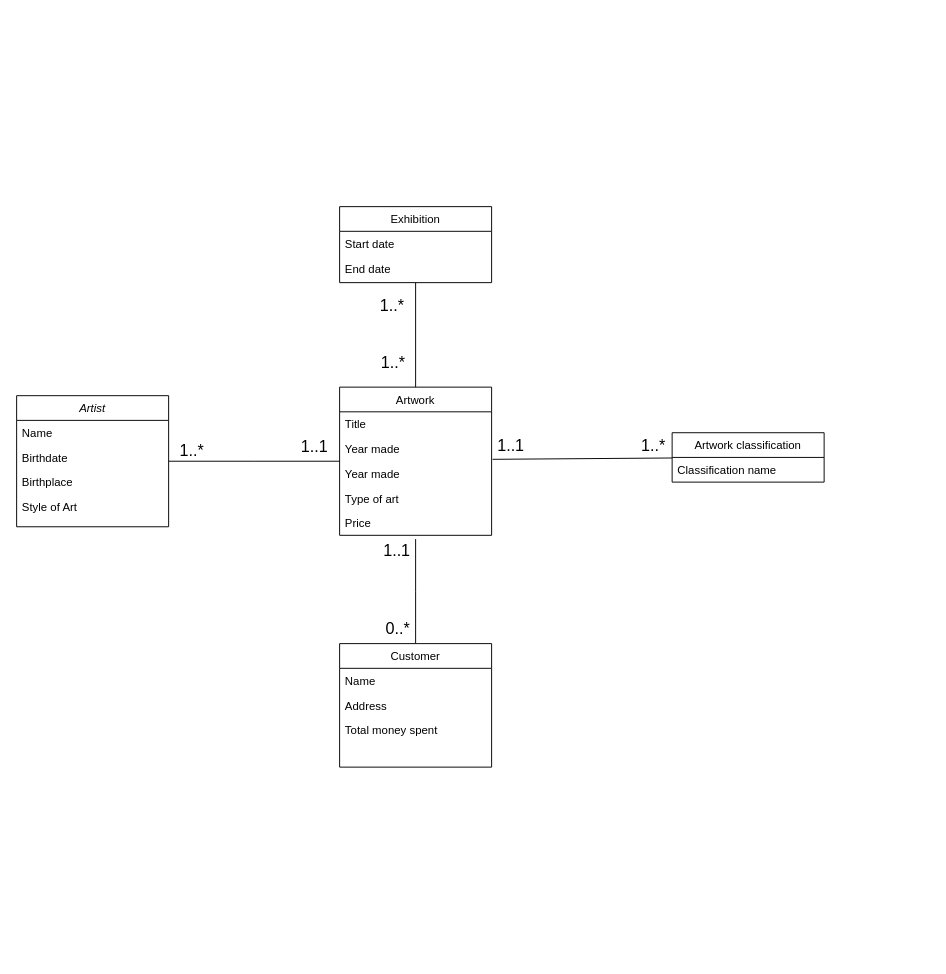
The draw.io diagram ArtGallery.drawio in brito-bernardo/database-modeling, before the edit. Source tidied: cells renumbered, new cells numbered last; positions are measured from the earlier drawing's top-left corner, leaving out a move shared by most shapes. Both pictures are drawn from the tidied source at 95%, with x=0, y=0 at pixel (16, 206).
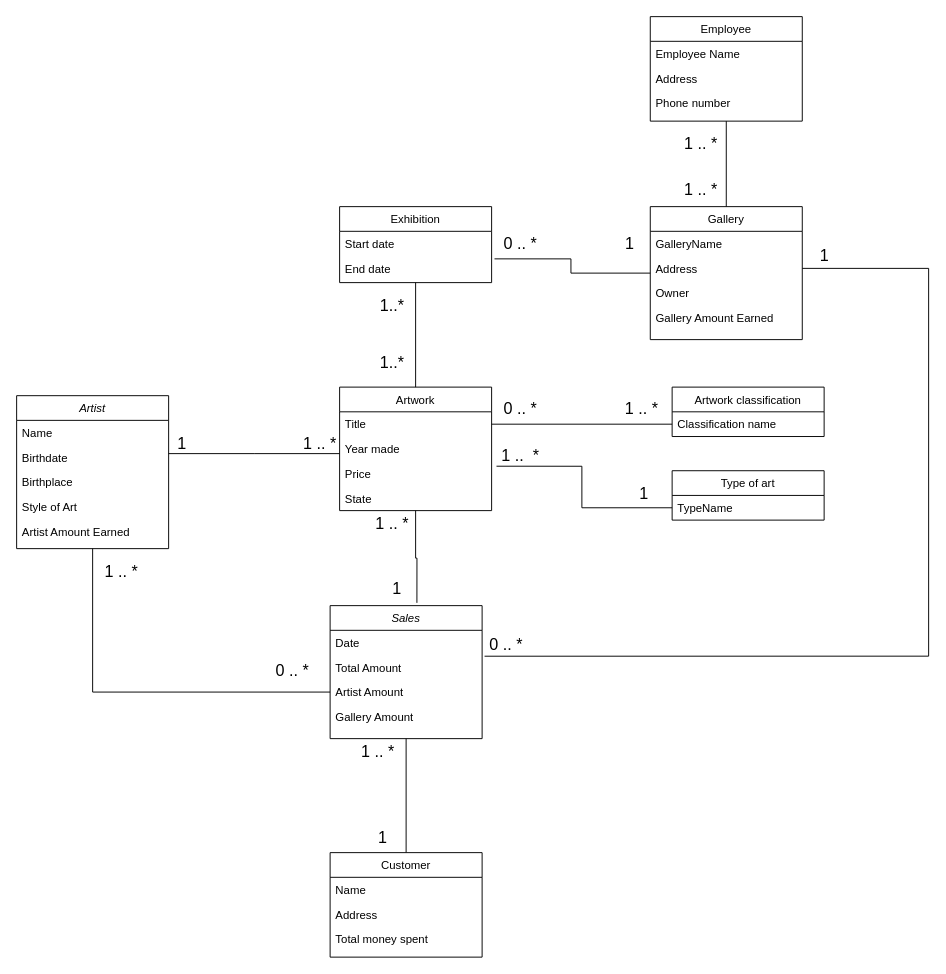
After the change.

Unchanged cells that the change refers to:
```xml
<mxCell id="8" value="Classification name" style="text;align=left;verticalAlign=top;spacingLeft=4;spacingRight=4;overflow=hidden;points=[[0,0.5],[1,0.5]];portConstraint=eastwest;" parent="7" vertex="1">
  <mxGeometry y="26" width="160" height="26" as="geometry" />
</mxCell>
<mxCell id="15" value="Title" style="text;align=left;verticalAlign=top;spacingLeft=4;spacingRight=4;overflow=hidden;points=[[0,0.5],[1,0.5]];portConstraint=eastwest;" parent="14" vertex="1">
  <mxGeometry y="26" width="160" height="26" as="geometry" />
</mxCell>
<mxCell id="20" style="endArrow=none;shadow=0;strokeWidth=1;rounded=0;endFill=0;edgeStyle=elbowEdgeStyle;elbow=vertical;" parent="1" edge="1" source="2" target="14">
  <mxGeometry x="0.5" y="41" relative="1" as="geometry">
    <mxPoint x="-40" y="32" as="offset" />
  </mxGeometry>
</mxCell>
<mxCell id="29" value="End date" style="text;align=left;verticalAlign=top;spacingLeft=4;spacingRight=4;overflow=hidden;points=[[0,0.5],[1,0.5]];portConstraint=eastwest;" parent="27" vertex="1">
  <mxGeometry y="52" width="160" height="26" as="geometry" />
</mxCell>
```

What changed in the source:
```diff
@@
+    <mxCell id="34" style="edgeStyle=orthogonalEdgeStyle;rounded=0;jettySize=auto;html=1;entryX=0;entryY=0.5;entryDx=0;entryDy=0;endArrow=none;endFill=0;" parent="1" edge="1" source="2" target="54">
+      <mxGeometry relative="1" as="geometry" />
+    </mxCell>
     <mxCell id="2" value="Artist" style="swimlane;fontStyle=2;align=center;verticalAlign=top;horizontal=1;startSize=26;rounded=0;shadow=0;strokeWidth=1;" parent="1" vertex="1">
-      <mxGeometry y="199" width="160" height="138" as="geometry" />
+      <mxGeometry y="199" width="160" height="161" as="geometry" />
     </mxCell>
@@
+    <mxCell id="35" value="Artist Amount Earned" style="text;align=left;verticalAlign=top;spacingLeft=4;spacingRight=4;overflow=hidden;rounded=0;shadow=0;html=0;" parent="2" vertex="1">
+      <mxGeometry y="130" width="160" height="26" as="geometry" />
+    </mxCell>
     <mxCell id="7" value="Artwork classification" style="swimlane;fontStyle=0;align=center;verticalAlign=top;horizontal=1;startSize=26;rounded=0;shadow=0;strokeWidth=1;" parent="1" vertex="1">
-      <mxGeometry x="690" y="238" width="160" height="52" as="geometry" />
+      <mxGeometry x="690" y="190" width="160" height="52" as="geometry" />
     </mxCell>
@@
-    <mxCell id="9" style="edgeStyle=orthogonalEdgeStyle;rounded=0;jettySize=auto;html=1;endArrow=none;endFill=0;" parent="1" edge="1" source="10">
-      <mxGeometry relative="1" as="geometry">
-        <mxPoint x="420" y="350" as="targetPoint" />
-      </mxGeometry>
-    </mxCell>
+    <mxCell id="36" style="edgeStyle=orthogonalEdgeStyle;rounded=0;jettySize=auto;html=1;entryX=0.5;entryY=1;entryDx=0;entryDy=0;endArrow=none;endFill=0;" parent="1" edge="1" source="10" target="51">
+      <mxGeometry relative="1" as="geometry" />
+    </mxCell>
     <mxCell id="10" value="Customer" style="swimlane;fontStyle=0;align=center;verticalAlign=top;horizontal=1;startSize=26;rounded=0;shadow=0;strokeWidth=1;" parent="1" vertex="1">
-      <mxGeometry x="340" y="460" width="160" height="130" as="geometry" />
+      <mxGeometry x="330" y="680" width="160" height="110" as="geometry" />
     </mxCell>
@@
     <mxCell id="14" value="Artwork" style="swimlane;fontStyle=0;align=center;verticalAlign=top;horizontal=1;startSize=26;rounded=0;shadow=0;strokeWidth=1;" parent="1" vertex="1">
-      <mxGeometry x="340" y="190" width="160" height="156" as="geometry" />
+      <mxGeometry x="340" y="190" width="160" height="130" as="geometry" />
     </mxCell>
@@
-    <mxCell id="17" value="Year made" style="text;align=left;verticalAlign=top;spacingLeft=4;spacingRight=4;overflow=hidden;points=[[0,0.5],[1,0.5]];portConstraint=eastwest;rounded=0;shadow=0;html=0;" parent="14" vertex="1">
-      <mxGeometry y="78" width="160" height="26" as="geometry" />
-    </mxCell>
-    <mxCell id="18" value="Type of art" style="text;align=left;verticalAlign=top;spacingLeft=4;spacingRight=4;overflow=hidden;rounded=0;shadow=0;html=0;" parent="14" vertex="1">
-      <mxGeometry y="104" width="160" height="26" as="geometry" />
-    </mxCell>
     <mxCell id="19" value="Price" style="text;align=left;verticalAlign=top;spacingLeft=4;spacingRight=4;overflow=hidden;points=[[0,0.5],[1,0.5]];portConstraint=eastwest;rounded=0;shadow=0;html=0;" parent="14" vertex="1">
-      <mxGeometry y="130" width="160" height="26" as="geometry" />
+      <mxGeometry y="78" width="160" height="26" as="geometry" />
     </mxCell>
+    <mxCell id="37" value="State" style="text;align=left;verticalAlign=top;spacingLeft=4;spacingRight=4;overflow=hidden;rounded=0;shadow=0;html=0;" parent="14" vertex="1">
+      <mxGeometry y="104" width="160" height="26" as="geometry" />
+    </mxCell>
@@
-    <mxCell id="21" value="1..*" style="align=left;verticalAlign=bottom;labelBackgroundColor=none;fontSize=17;" parent="20" vertex="1">
+    <mxCell id="21" value="1 .. *" style="align=left;verticalAlign=bottom;labelBackgroundColor=none;fontSize=17;" parent="20" vertex="1">
       <mxGeometry x="-1" relative="1" as="geometry">
-        <mxPoint x="10" y="-1" as="offset" />
+        <mxPoint x="140" as="offset" />
       </mxGeometry>
     </mxCell>
-    <mxCell id="22" value="1..1" style="align=right;verticalAlign=bottom;labelBackgroundColor=none;fontSize=17;" parent="20" vertex="1">
+    <mxCell id="22" value="1" style="align=right;verticalAlign=bottom;labelBackgroundColor=none;fontSize=17;" parent="20" vertex="1">
       <mxGeometry x="1" relative="1" as="geometry">
-        <mxPoint x="-11" y="-5" as="offset" />
+        <mxPoint x="-160" as="offset" />
       </mxGeometry>
     </mxCell>
-    <mxCell id="23" style="rounded=0;jettySize=auto;entryX=1.006;entryY=-0.077;entryDx=0;entryDy=0;entryPerimeter=0;endArrow=none;endFill=0;" parent="1" edge="1" target="17">
-      <mxGeometry relative="1" as="geometry">
-        <mxPoint x="690" y="264.6" as="sourcePoint" />
-      </mxGeometry>
-    </mxCell>
-    <mxCell id="24" value="1..1" style="text;html=1;align=center;verticalAlign=middle;strokeColor=none;fillColor=none;spacingTop=0;fontSize=17;" parent="1" vertex="1">
-      <mxGeometry x="495" y="238" width="50" height="30" as="geometry" />
+    <mxCell id="24" value="1 .. *&amp;nbsp;" style="text;html=1;align=center;verticalAlign=middle;strokeColor=none;fillColor=none;spacingTop=0;fontSize=17;" parent="1" vertex="1">
+      <mxGeometry x="630" y="199" width="60" height="30" as="geometry" />
     </mxCell>
-    <mxCell id="25" value="1..*" style="text;html=1;align=center;verticalAlign=middle;strokeColor=none;fillColor=none;fontSize=17;" parent="1" vertex="1">
-      <mxGeometry x="645" y="238" width="50" height="30" as="geometry" />
+    <mxCell id="25" value="0 .. *" style="text;html=1;align=center;verticalAlign=middle;strokeColor=none;fillColor=none;fontSize=17;" parent="1" vertex="1">
+      <mxGeometry x="500" y="199" width="60" height="30" as="geometry" />
     </mxCell>
@@
     <mxCell id="31" value="1..*" style="text;html=1;align=center;verticalAlign=middle;strokeColor=none;fillColor=none;fontSize=17;" parent="1" vertex="1">
-      <mxGeometry x="371" y="150" width="50" height="30" as="geometry" />
+      <mxGeometry x="370" y="150" width="50" height="30" as="geometry" />
     </mxCell>
-    <mxCell id="32" value="0..*" style="text;html=1;align=center;verticalAlign=middle;strokeColor=none;fillColor=none;fontSize=17;" parent="1" vertex="1">
-      <mxGeometry x="376" y="430" width="50" height="30" as="geometry" />
-    </mxCell>
-    <mxCell id="33" value="1..1" style="text;html=1;align=center;verticalAlign=middle;strokeColor=none;fillColor=none;fontSize=17;" parent="1" vertex="1">
-      <mxGeometry x="375" y="348" width="50" height="30" as="geometry" />
-    </mxCell>
+    <mxCell id="38" value="Gallery" style="swimlane;fontStyle=0;align=center;verticalAlign=top;horizontal=1;startSize=26;rounded=0;shadow=0;strokeWidth=1;" parent="1" vertex="1">
+      <mxGeometry x="667" width="160" height="140" as="geometry" />
+    </mxCell>
+    <mxCell id="39" value="GalleryName" style="text;align=left;verticalAlign=top;spacingLeft=4;spacingRight=4;overflow=hidden;" parent="38" vertex="1">
+      <mxGeometry y="26" width="160" height="26" as="geometry" />
+    </mxCell>
+    <mxCell id="40" value="Address" style="text;align=left;verticalAlign=top;spacingLeft=4;spacingRight=4;overflow=hidden;points=[[0,0.5],[1,0.5]];portConstraint=eastwest;rounded=0;shadow=0;html=0;" parent="38" vertex="1">
+      <mxGeometry y="52" width="160" height="26" as="geometry" />
+    </mxCell>
+    <mxCell id="41" value="Owner " style="text;align=left;verticalAlign=top;spacingLeft=4;spacingRight=4;overflow=hidden;rounded=0;shadow=0;html=0;" parent="38" vertex="1">
+      <mxGeometry y="78" width="160" height="26" as="geometry" />
+    </mxCell>
+    <mxCell id="42" value="Gallery Amount Earned" style="text;align=left;verticalAlign=top;spacingLeft=4;spacingRight=4;overflow=hidden;rounded=0;shadow=0;html=0;" parent="38" vertex="1">
+      <mxGeometry y="104" width="160" height="26" as="geometry" />
+    </mxCell>
+    <mxCell id="43" style="edgeStyle=orthogonalEdgeStyle;rounded=0;jettySize=auto;html=1;entryX=1.019;entryY=0.115;entryDx=0;entryDy=0;entryPerimeter=0;endArrow=none;endFill=0;" parent="1" edge="1" source="38" target="29">
+      <mxGeometry relative="1" as="geometry" />
+    </mxCell>
+    <mxCell id="44" value="0 .. *" style="text;html=1;align=center;verticalAlign=middle;strokeColor=none;fillColor=none;fontSize=17;" parent="1" vertex="1">
+      <mxGeometry x="500" y="25" width="60" height="30" as="geometry" />
+    </mxCell>
+    <mxCell id="45" value="1" style="text;html=1;align=center;verticalAlign=middle;strokeColor=none;fillColor=none;fontSize=17;" parent="1" vertex="1">
+      <mxGeometry x="630" y="25" width="30" height="30" as="geometry" />
+    </mxCell>
+    <mxCell id="46" style="edgeStyle=orthogonalEdgeStyle;rounded=0;jettySize=auto;html=1;entryX=1;entryY=0.5;entryDx=0;entryDy=0;endArrow=none;endFill=0;" parent="1" edge="1" source="8" target="15">
+      <mxGeometry relative="1" as="geometry" />
+    </mxCell>
+    <mxCell id="18" value="Type of art" style="swimlane;fontStyle=0;align=center;verticalAlign=top;horizontal=1;startSize=26;rounded=0;shadow=0;strokeWidth=1;" parent="1" vertex="1">
+      <mxGeometry x="690" y="278" width="160" height="52" as="geometry" />
+    </mxCell>
+    <mxCell id="47" value="TypeName" style="text;align=left;verticalAlign=top;spacingLeft=4;spacingRight=4;overflow=hidden;points=[[0,0.5],[1,0.5]];portConstraint=eastwest;" parent="18" vertex="1">
+      <mxGeometry y="26" width="160" height="26" as="geometry" />
+    </mxCell>
+    <mxCell id="48" style="edgeStyle=orthogonalEdgeStyle;rounded=0;jettySize=auto;html=1;entryX=1.032;entryY=0.202;entryDx=0;entryDy=0;entryPerimeter=0;endArrow=none;endFill=0;" parent="1" edge="1" source="47" target="19">
+      <mxGeometry relative="1" as="geometry" />
+    </mxCell>
+    <mxCell id="49" value="1" style="text;html=1;align=center;verticalAlign=middle;strokeColor=none;fillColor=none;fontSize=17;" parent="1" vertex="1">
+      <mxGeometry x="645" y="288" width="30" height="30" as="geometry" />
+    </mxCell>
+    <mxCell id="50" value="1 ..&amp;nbsp; *" style="text;html=1;align=center;verticalAlign=middle;strokeColor=none;fillColor=none;fontSize=17;" parent="1" vertex="1">
+      <mxGeometry x="500" y="248" width="60" height="30" as="geometry" />
+    </mxCell>
+    <mxCell id="51" value="Sales" style="swimlane;fontStyle=2;align=center;verticalAlign=top;horizontal=1;startSize=26;rounded=0;shadow=0;strokeWidth=1;" parent="1" vertex="1">
+      <mxGeometry x="330" y="420" width="160" height="140" as="geometry" />
+    </mxCell>
+    <mxCell id="52" value="Date" style="text;align=left;verticalAlign=top;spacingLeft=4;spacingRight=4;overflow=hidden;" parent="51" vertex="1">
+      <mxGeometry y="26" width="160" height="26" as="geometry" />
+    </mxCell>
+    <mxCell id="53" value="Total Amount" style="text;align=left;verticalAlign=top;spacingLeft=4;spacingRight=4;overflow=hidden;points=[[0,0.5],[1,0.5]];portConstraint=eastwest;rounded=0;shadow=0;html=0;" parent="51" vertex="1">
+      <mxGeometry y="52" width="160" height="26" as="geometry" />
+    </mxCell>
+    <mxCell id="54" value="Artist Amount" style="text;align=left;verticalAlign=top;spacingLeft=4;spacingRight=4;overflow=hidden;points=[[0,0.5],[1,0.5]];portConstraint=eastwest;rounded=0;shadow=0;html=0;" parent="51" vertex="1">
+      <mxGeometry y="78" width="160" height="26" as="geometry" />
+    </mxCell>
+    <mxCell id="55" value="Gallery Amount" style="text;align=left;verticalAlign=top;spacingLeft=4;spacingRight=4;overflow=hidden;rounded=0;shadow=0;html=0;" parent="51" vertex="1">
+      <mxGeometry y="104" width="160" height="26" as="geometry" />
+    </mxCell>
+    <mxCell id="56" value="1 .. *" style="text;html=1;align=center;verticalAlign=middle;strokeColor=none;fillColor=none;fontSize=17;" parent="1" vertex="1">
+      <mxGeometry x="350" y="560" width="60" height="30" as="geometry" />
+    </mxCell>
+    <mxCell id="57" value="1" style="text;html=1;align=center;verticalAlign=middle;strokeColor=none;fillColor=none;fontSize=17;" parent="1" vertex="1">
+      <mxGeometry x="370" y="650" width="30" height="30" as="geometry" />
+    </mxCell>
+    <mxCell id="58" style="edgeStyle=orthogonalEdgeStyle;rounded=0;jettySize=auto;html=1;entryX=0.571;entryY=-0.021;entryDx=0;entryDy=0;entryPerimeter=0;endArrow=none;endFill=0;" parent="1" edge="1" source="14" target="51">
+      <mxGeometry relative="1" as="geometry" />
+    </mxCell>
+    <mxCell id="59" value="1 .. *" style="text;html=1;align=center;verticalAlign=middle;strokeColor=none;fillColor=none;fontSize=17;" parent="1" vertex="1">
+      <mxGeometry x="365" y="320" width="60" height="30" as="geometry" />
+    </mxCell>
+    <mxCell id="60" value="1" style="text;html=1;align=center;verticalAlign=middle;strokeColor=none;fillColor=none;fontSize=17;" parent="1" vertex="1">
+      <mxGeometry x="385" y="388" width="30" height="30" as="geometry" />
+    </mxCell>
+    <mxCell id="61" style="edgeStyle=orthogonalEdgeStyle;rounded=0;jettySize=auto;html=1;entryX=1.016;entryY=0.048;entryDx=0;entryDy=0;entryPerimeter=0;exitX=1;exitY=0.5;exitDx=0;exitDy=0;endArrow=none;endFill=0;" parent="1" edge="1" source="40" target="53">
+      <mxGeometry relative="1" as="geometry">
+        <Array as="points">
+          <mxPoint x="960" y="65" />
+          <mxPoint x="960" y="473" />
+        </Array>
+      </mxGeometry>
+    </mxCell>
+    <mxCell id="62" value="0 .. *" style="text;html=1;align=center;verticalAlign=middle;strokeColor=none;fillColor=none;fontSize=17;" parent="1" vertex="1">
+      <mxGeometry x="485" y="447" width="60" height="30" as="geometry" />
+    </mxCell>
+    <mxCell id="63" value="1" style="text;html=1;align=center;verticalAlign=middle;strokeColor=none;fillColor=none;fontSize=17;" parent="1" vertex="1">
+      <mxGeometry x="835" y="38" width="30" height="30" as="geometry" />
+    </mxCell>
+    <mxCell id="64" value="1 .. *" style="text;html=1;align=center;verticalAlign=middle;strokeColor=none;fillColor=none;fontSize=17;" parent="1" vertex="1">
+      <mxGeometry x="80" y="370" width="60" height="30" as="geometry" />
+    </mxCell>
+    <mxCell id="65" value="0 .. *" style="text;html=1;align=center;verticalAlign=middle;strokeColor=none;fillColor=none;fontSize=17;" parent="1" vertex="1">
+      <mxGeometry x="260" y="475" width="60" height="30" as="geometry" />
+    </mxCell>
+    <mxCell id="66" style="edgeStyle=orthogonalEdgeStyle;rounded=0;jettySize=auto;html=1;entryX=0.5;entryY=0;entryDx=0;entryDy=0;endArrow=none;endFill=0;" parent="1" edge="1" source="67" target="38">
+      <mxGeometry relative="1" as="geometry" />
+    </mxCell>
+    <mxCell id="67" value="Employee" style="swimlane;fontStyle=0;align=center;verticalAlign=top;horizontal=1;startSize=26;rounded=0;shadow=0;strokeWidth=1;" parent="1" vertex="1">
+      <mxGeometry x="667" y="-200" width="160" height="110" as="geometry" />
+    </mxCell>
+    <mxCell id="68" value="Employee Name" style="text;align=left;verticalAlign=top;spacingLeft=4;spacingRight=4;overflow=hidden;" parent="67" vertex="1">
+      <mxGeometry y="26" width="160" height="26" as="geometry" />
+    </mxCell>
+    <mxCell id="69" value="Address" style="text;align=left;verticalAlign=top;spacingLeft=4;spacingRight=4;overflow=hidden;" parent="67" vertex="1">
+      <mxGeometry y="52" width="160" height="26" as="geometry" />
+    </mxCell>
+    <mxCell id="70" value="Phone number" style="text;align=left;verticalAlign=top;spacingLeft=4;spacingRight=4;overflow=hidden;" parent="67" vertex="1">
+      <mxGeometry y="78" width="160" height="26" as="geometry" />
+    </mxCell>
+    <mxCell id="71" value="1 .. *" style="text;html=1;align=center;verticalAlign=middle;strokeColor=none;fillColor=none;fontSize=17;" parent="1" vertex="1">
+      <mxGeometry x="690" y="-80" width="60" height="30" as="geometry" />
+    </mxCell>
+    <mxCell id="72" value="1 .. *" style="text;html=1;align=center;verticalAlign=middle;strokeColor=none;fillColor=none;fontSize=17;" parent="1" vertex="1">
+      <mxGeometry x="690" y="-32" width="60" height="30" as="geometry" />
+    </mxCell>
```
